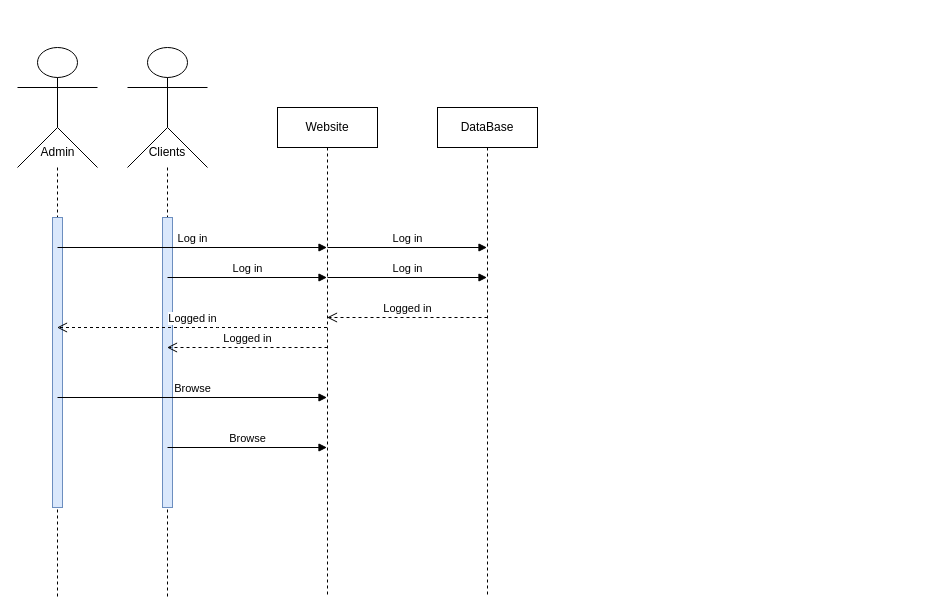
The draw.io diagram page "Browse" (3 of 8) of Diagramme sans nom.drawio in MahaDaiki/Brief8, before the edit. Source tidied: cells renumbered, new cells numbered last; positions are measured from the earlier drawing's top-left corner, leaving out a move shared by most shapes. Both pictures are drawn from the tidied source at 100%, with x=0, y=0 at pixel (17, 47).
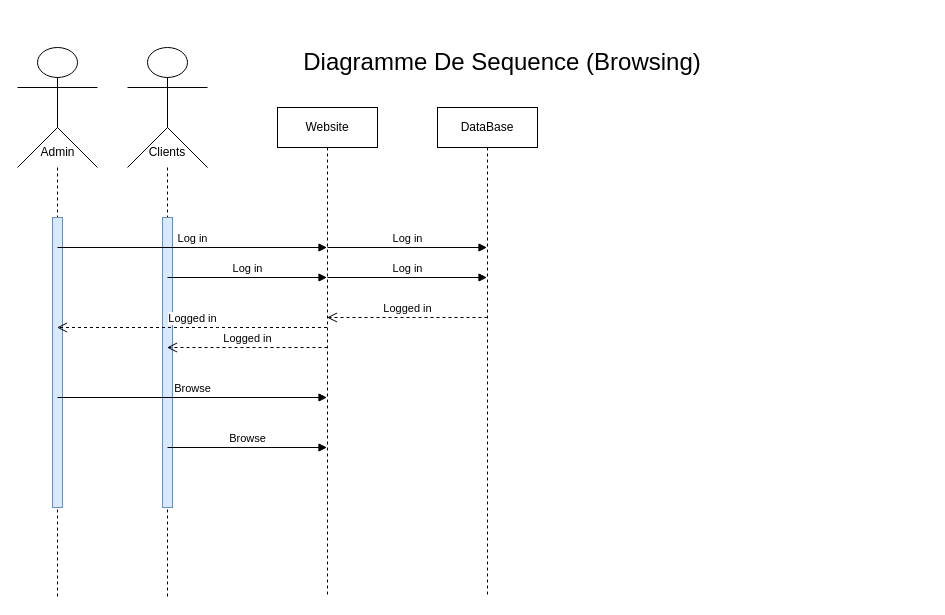
The same page after the edit.

Change to the diagram source:
```diff
@@
+    <mxCell id="19" value="&lt;font style=&quot;font-size: 24px;&quot;&gt;Diagramme De Sequence (Browsing)&lt;/font&gt;" style="text;html=1;strokeColor=none;fillColor=none;align=center;verticalAlign=middle;whiteSpace=wrap;rounded=0;" parent="1" vertex="1">
+      <mxGeometry x="60" y="-30" width="850" height="90" as="geometry" />
+    </mxCell>
```
